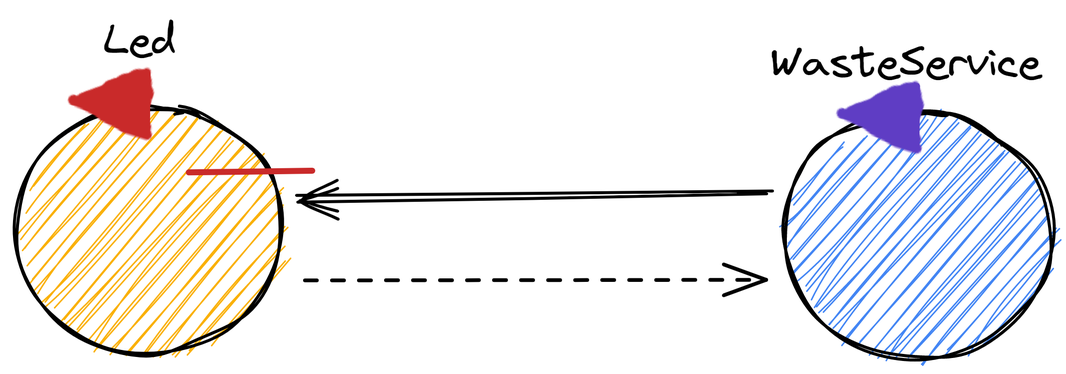
Before: images/Led.png, a diagram exported from Excalidraw (GrikFreak/issTemaFinale22). Source tidied: one line per element, renumbered; positions are measured from the earlier drawing's top-left corner, leaving out a move shared by most shapes.
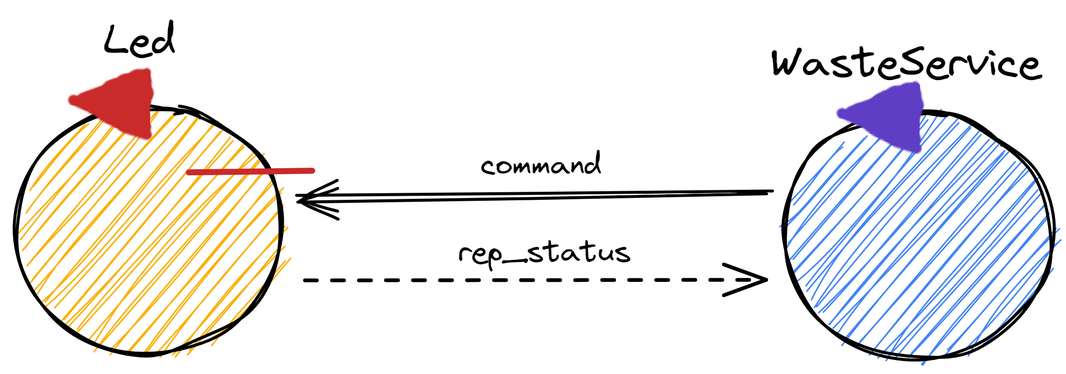
The same diagram one commit later.

The edit, as a diff of the source:
```diff
@@ -67,3 +67,5 @@
 {"id": 66, "type": "freedraw", "strokeColor": "#5f3dc4", "angle": 0.3, "strokeWidth": 2, "roughness": 0, "x": 559, "y": 66, "width": 0, "height": 0, "points": [[0, 0], [0, 0]]}
 {"id": 67, "type": "freedraw", "strokeColor": "#5f3dc4", "angle": 0.3, "strokeWidth": 2, "roughness": 0, "x": 577, "y": 57, "width": 0, "height": 0, "points": [[0, 0], [0, 0]]}
 {"id": 68, "type": "freedraw", "strokeColor": "#5f3dc4", "angle": 0.3, "strokeWidth": 2, "roughness": 0, "x": 585, "y": 57, "width": 34, "height": 18, "points": [[-8, 0], [-8, 0], [-11, 5], [-13, 7], [-14, 8], [-16, 10], [-18, 12], [-19, 13], [-21, 14], [-19, 14], [-13, 12], [-11, 10], [-8, 10], [-5, 10], [-1, 9], [3, 9], [6, 9], [7, 12], [9, 13], [10, 16], [6, 17], [4, 17], [1, 17], [6, 14], [10, 8], [11, 3], [12, 0]]}
+{"id": 69, "type": "text", "text": "command", "strokeColor": "#000000", "strokeWidth": 1, "strokeStyle": "dashed", "roughness": 0, "fontSize": 20, "fontFamily": 1, "x": 310, "y": 87, "width": 82, "height": 25}
+{"id": 70, "type": "text", "text": "rep_status", "strokeColor": "#000000", "strokeWidth": 1, "strokeStyle": "dashed", "roughness": 0, "fontSize": 20, "fontFamily": 1, "x": 295, "y": 145, "width": 116, "height": 25}
```
